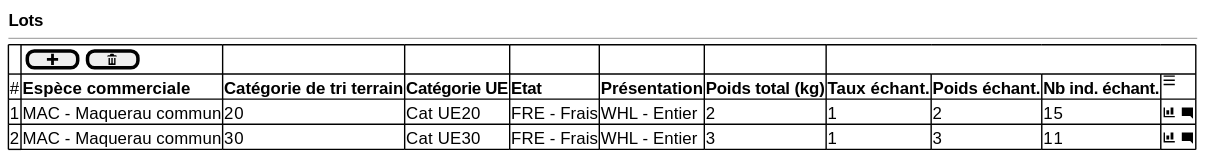
Before: projects/obsvente/spe/images/pv.svg, a diagram exported from PlantUML (sumaris-net/sumaris-doc).
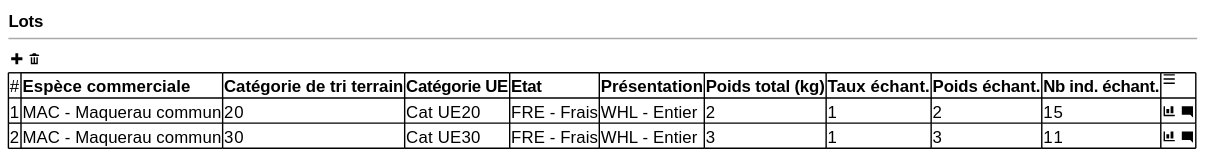
The same file after the commit.

The edit, as a diff of the source:
```diff
@@ -2,12 +2,13 @@
 {
   <b>Lots
   --
-	{#
-     . | {[ <&plus> ] | [ <&trash> ] }  | . | . | . | . | .
+  { <&plus> <&trash> }
+
+  {#
      # | <b>Espèce commerciale | <b>Catégorie de tri terrain | <b>Catégorie UE | <b>Etat | <b>Présentation | <b>Poids total (kg) | <b>Taux échant. | <b>Poids échant. | <b>Nb ind. échant. | <&menu>
      1 | MAC - Maquerau commun | 20 | Cat UE20 | FRE - Frais | WHL - Entier | 2 | 1 | 2 | 15 | <&bar-chart> <&comment-square>
      2 | MAC - Maquerau commun | 30 | Cat UE30 | FRE - Frais | WHL - Entier | 3 | 1 | 3 | 11 | <&bar-chart> <&comment-square>
-    }
+   }
 
 }
 @endsalt
```
